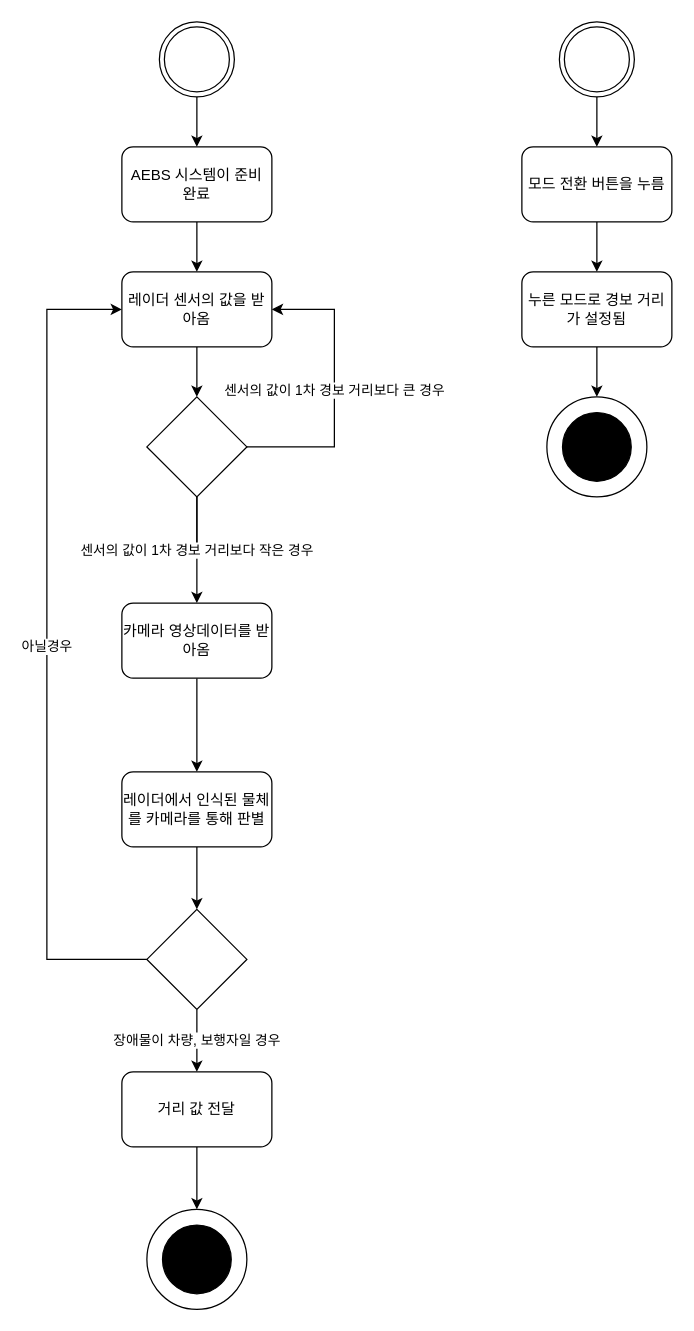
Before: inSick.drawio in ONFFLine/Diagram, a draw.io diagram. Source tidied: cells renumbered, new cells numbered last; positions are measured from the earlier drawing's top-left corner, leaving out a move shared by most shapes. Both pictures are drawn from the tidied source at 125%, with x=0, y=0 at pixel (46, 21).
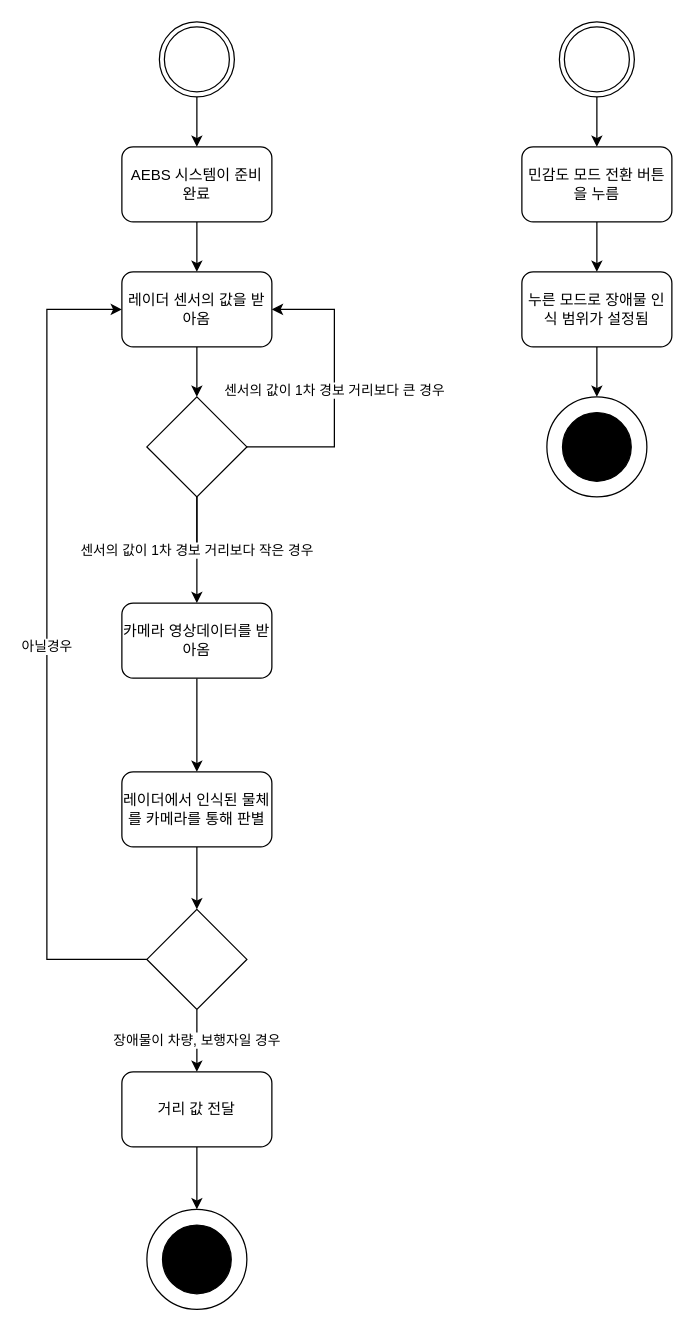
The same diagram, later.

What changed in the source:
```diff
@@
-    <mxCell id="15" value="모드 전환 버튼을 누름" style="rounded=1;whiteSpace=wrap;html=1;" parent="1" vertex="1">
+    <mxCell id="15" value="민감도 모드 전환 버튼을 누름" style="rounded=1;whiteSpace=wrap;html=1;" parent="1" vertex="1">
       <mxGeometry x="380" y="100" width="120" height="60" as="geometry" />
     </mxCell>
@@
-    <mxCell id="17" value="누른 모드로 경보 거리가 설정됨" style="rounded=1;whiteSpace=wrap;html=1;" parent="1" vertex="1">
+    <mxCell id="17" value="누른 모드로 장애물 인식 범위가 설정됨" style="rounded=1;whiteSpace=wrap;html=1;" parent="1" vertex="1">
       <mxGeometry x="380" y="200" width="120" height="60" as="geometry" />
     </mxCell>
```
